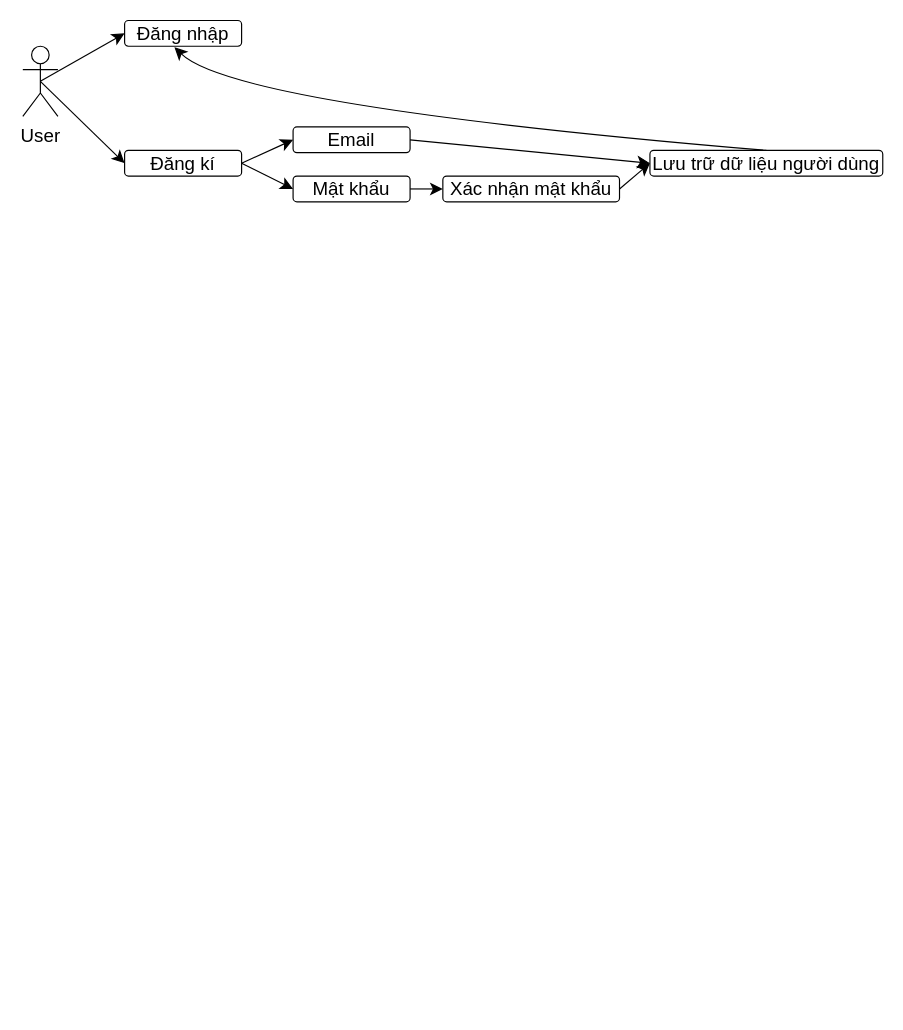
The draw.io diagram Untitled Diagram.drawio in DucTri1611/Android, before the edit. Source tidied: cells renumbered, new cells numbered last; positions are measured from the earlier drawing's top-left corner, leaving out a move shared by most shapes. Both pictures are drawn from the tidied source at 117%, with x=0, y=0 at pixel (22, 20).
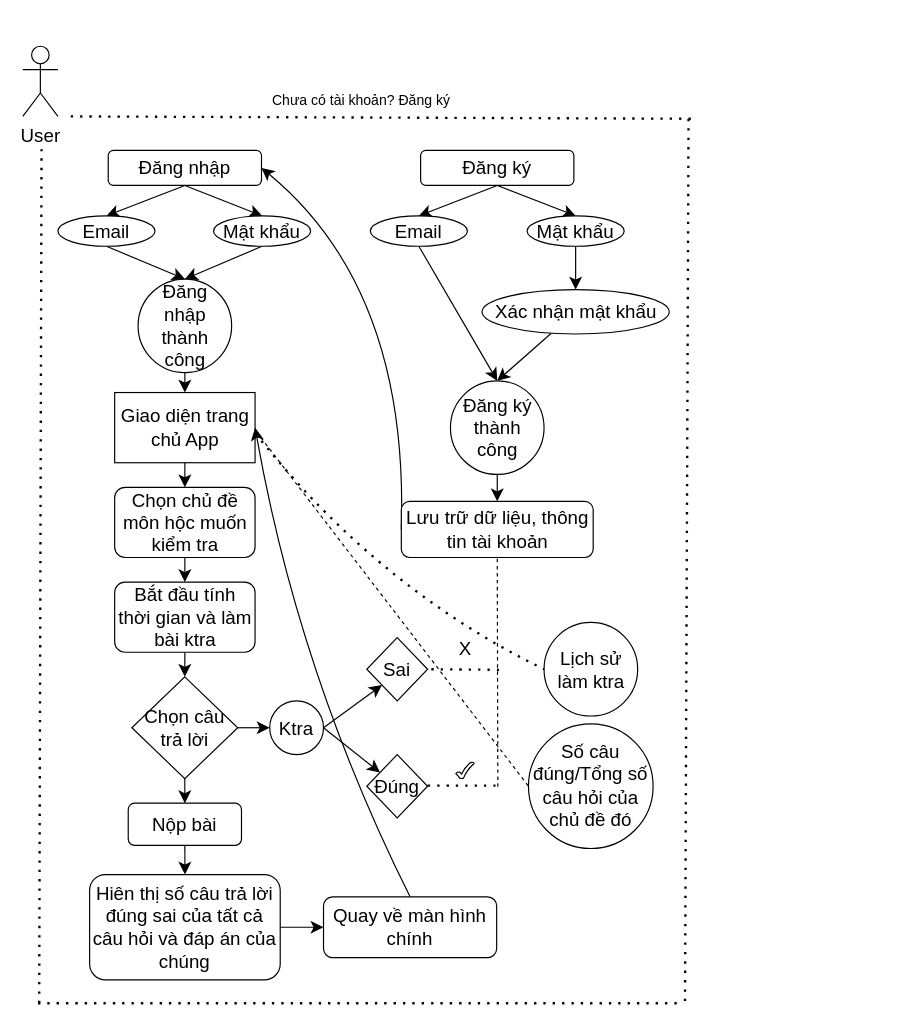
After the change.

The edit, as a diff of the source:
```diff
@@
+    <mxCell id="5" value="User&lt;br&gt;" style="shape=umlActor;verticalLabelPosition=bottom;verticalAlign=top;html=1;outlineConnect=0;fontSize=16;" parent="1" vertex="1">
+      <mxGeometry y="22" width="30" height="60" as="geometry" />
+    </mxCell>
+    <mxCell id="17" style="endArrow=none;dashed=1;html=1;dashPattern=1 3;strokeWidth=2;rounded=0;fontSize=12;startSize=8;endSize=8;curved=1;" parent="1" edge="1">
+      <mxGeometry relative="1" as="geometry">
+        <mxPoint x="41" y="82" as="sourcePoint" />
+        <mxPoint x="574" y="84" as="targetPoint" />
+      </mxGeometry>
+    </mxCell>
+    <mxCell id="18" style="endArrow=none;dashed=1;html=1;dashPattern=1 3;strokeWidth=2;rounded=0;fontSize=12;startSize=8;endSize=8;curved=1;" parent="1" edge="1">
+      <mxGeometry relative="1" as="geometry">
+        <mxPoint x="16" y="110" as="sourcePoint" />
+        <mxPoint x="14" y="844" as="targetPoint" />
+      </mxGeometry>
+    </mxCell>
+    <mxCell id="19" style="edgeStyle=none;curved=1;rounded=0;jettySize=auto;html=1;exitX=0.5;exitY=1;exitDx=0;exitDy=0;entryX=0.5;entryY=0;entryDx=0;entryDy=0;fontSize=12;startSize=8;endSize=8;" parent="1" edge="1" source="2" target="35">
+      <mxGeometry relative="1" as="geometry" />
+    </mxCell>
+    <mxCell id="20" style="edgeStyle=none;curved=1;rounded=0;jettySize=auto;html=1;exitX=0.5;exitY=1;exitDx=0;exitDy=0;entryX=0.5;entryY=0;entryDx=0;entryDy=0;fontSize=12;startSize=8;endSize=8;" parent="1" edge="1" source="2" target="37">
+      <mxGeometry relative="1" as="geometry" />
+    </mxCell>
-    <mxCell id="2" value="Đăng nhập" style="rounded=1;whiteSpace=wrap;html=1;fontSize=16;gradientColor=default;fillColor=none;" parent="1" vertex="1">
-      <mxGeometry x="87" width="100" height="22" as="geometry" />
+    <mxCell id="2" value="Đăng nhập" style="rounded=1;whiteSpace=wrap;html=1;fontSize=16;" parent="1" vertex="1">
+      <mxGeometry x="73" y="111" width="131" height="30" as="geometry" />
     </mxCell>
-    <mxCell id="3" style="edgeStyle=none;curved=1;rounded=0;jettySize=auto;html=1;exitX=0.5;exitY=0.5;exitDx=0;exitDy=0;exitPerimeter=0;entryX=0;entryY=0.5;entryDx=0;entryDy=0;fontSize=12;startSize=8;endSize=8;" parent="1" edge="1" source="5" target="2">
-      <mxGeometry relative="1" as="geometry" />
-    </mxCell>
-    <mxCell id="4" style="edgeStyle=none;curved=1;rounded=0;jettySize=auto;html=1;exitX=0.5;exitY=0.5;exitDx=0;exitDy=0;exitPerimeter=0;entryX=0;entryY=0.5;entryDx=0;entryDy=0;fontSize=12;startSize=8;endSize=8;" parent="1" edge="1" source="5" target="8">
-      <mxGeometry relative="1" as="geometry" />
-    </mxCell>
-    <mxCell id="5" value="User&lt;br&gt;" style="shape=umlActor;verticalLabelPosition=bottom;verticalAlign=top;html=1;outlineConnect=0;fontSize=16;" parent="1" vertex="1">
-      <mxGeometry y="22" width="30" height="60" as="geometry" />
-    </mxCell>
-    <mxCell id="6" style="edgeStyle=none;curved=1;rounded=0;jettySize=auto;html=1;exitX=1;exitY=0.5;exitDx=0;exitDy=0;entryX=0;entryY=0.5;entryDx=0;entryDy=0;fontSize=12;startSize=8;endSize=8;" parent="1" edge="1" source="8" target="10">
-      <mxGeometry relative="1" as="geometry" />
-    </mxCell>
-    <mxCell id="7" style="edgeStyle=none;curved=1;rounded=0;jettySize=auto;html=1;exitX=1;exitY=0.5;exitDx=0;exitDy=0;entryX=0;entryY=0.5;entryDx=0;entryDy=0;fontSize=12;startSize=8;endSize=8;" parent="1" edge="1" source="8" target="12">
-      <mxGeometry relative="1" as="geometry" />
-    </mxCell>
-    <mxCell id="8" value="Đăng kí" style="rounded=1;whiteSpace=wrap;html=1;fontSize=16;gradientColor=default;fillColor=none;" parent="1" vertex="1">
-      <mxGeometry x="87" y="111" width="100" height="22" as="geometry" />
-    </mxCell>
-    <mxCell id="9" style="edgeStyle=none;curved=1;rounded=0;jettySize=auto;html=1;exitX=1;exitY=0.5;exitDx=0;exitDy=0;entryX=0;entryY=0.5;entryDx=0;entryDy=0;fontSize=12;startSize=8;endSize=8;" parent="1" edge="1" source="10" target="15">
-      <mxGeometry relative="1" as="geometry" />
-    </mxCell>
-    <mxCell id="10" value="Email" style="rounded=1;whiteSpace=wrap;html=1;fontSize=16;gradientColor=default;fillColor=none;" parent="1" vertex="1">
-      <mxGeometry x="231" y="91" width="100" height="22" as="geometry" />
-    </mxCell>
-    <mxCell id="11" style="edgeStyle=none;curved=1;rounded=0;jettySize=auto;html=1;exitX=1;exitY=0.5;exitDx=0;exitDy=0;entryX=0;entryY=0.5;entryDx=0;entryDy=0;fontSize=12;startSize=8;endSize=8;" parent="1" edge="1" source="12" target="14">
-      <mxGeometry relative="1" as="geometry" />
-    </mxCell>
-    <mxCell id="12" value="Mật khẩu" style="rounded=1;whiteSpace=wrap;html=1;fontSize=16;gradientColor=default;fillColor=none;" parent="1" vertex="1">
-      <mxGeometry x="231" y="133" width="100" height="22" as="geometry" />
-    </mxCell>
-    <mxCell id="13" style="edgeStyle=none;curved=1;rounded=0;jettySize=auto;html=1;exitX=1;exitY=0.5;exitDx=0;exitDy=0;entryX=0;entryY=0.5;entryDx=0;entryDy=0;fontSize=12;startSize=8;endSize=8;" parent="1" edge="1" source="14" target="15">
-      <mxGeometry relative="1" as="geometry" />
-    </mxCell>
+    <mxCell id="21" value="&lt;font style=&quot;font-size: 12px;&quot;&gt;Chưa có tài khoản? Đăng ký&lt;/font&gt;" style="text;html=1;align=center;verticalAlign=middle;strokeColor=none;fillColor=none;fontSize=16;" parent="1" vertex="1">
+      <mxGeometry x="204" y="51" width="170" height="31" as="geometry" />
+    </mxCell>
+    <mxCell id="22" style="edgeStyle=none;curved=1;rounded=0;jettySize=auto;html=1;entryX=0.5;entryY=0;entryDx=0;entryDy=0;fontSize=12;startSize=8;endSize=8;exitX=0.5;exitY=1;exitDx=0;exitDy=0;" parent="1" edge="1" source="24" target="26">
+      <mxGeometry relative="1" as="geometry" />
+    </mxCell>
+    <mxCell id="23" style="edgeStyle=none;curved=1;rounded=0;jettySize=auto;html=1;exitX=0.5;exitY=1;exitDx=0;exitDy=0;entryX=0.5;entryY=0;entryDx=0;entryDy=0;fontSize=12;startSize=8;endSize=8;" parent="1" edge="1" source="24" target="28">
+      <mxGeometry relative="1" as="geometry" />
+    </mxCell>
+    <mxCell id="24" value="Đăng ký" style="rounded=1;whiteSpace=wrap;html=1;fontSize=16;" parent="1" vertex="1">
+      <mxGeometry x="340" y="111" width="131" height="30" as="geometry" />
+    </mxCell>
+    <mxCell id="25" style="edgeStyle=none;curved=1;rounded=0;jettySize=auto;html=1;exitX=0.5;exitY=1;exitDx=0;exitDy=0;entryX=0.5;entryY=0;entryDx=0;entryDy=0;fontSize=12;startSize=8;endSize=8;" parent="1" edge="1" source="26" target="31">
+      <mxGeometry relative="1" as="geometry" />
+    </mxCell>
+    <mxCell id="26" value="Email" style="ellipse;whiteSpace=wrap;html=1;fontSize=16;" parent="1" vertex="1">
+      <mxGeometry x="297" y="167" width="83" height="26" as="geometry" />
+    </mxCell>
+    <mxCell id="27" style="edgeStyle=none;curved=1;rounded=0;jettySize=auto;html=1;exitX=0.5;exitY=1;exitDx=0;exitDy=0;entryX=0.5;entryY=0;entryDx=0;entryDy=0;fontSize=12;startSize=8;endSize=8;" parent="1" edge="1" source="28" target="14">
+      <mxGeometry relative="1" as="geometry" />
+    </mxCell>
+    <mxCell id="28" value="Mật khẩu" style="ellipse;whiteSpace=wrap;html=1;fontSize=16;" parent="1" vertex="1">
+      <mxGeometry x="431" y="167" width="83" height="26" as="geometry" />
+    </mxCell>
+    <mxCell id="29" style="edgeStyle=none;curved=1;rounded=0;jettySize=auto;html=1;fontSize=12;startSize=8;endSize=8;entryX=0.5;entryY=0;entryDx=0;entryDy=0;" parent="1" edge="1" source="14" target="31">
+      <mxGeometry relative="1" as="geometry" />
+    </mxCell>
-    <mxCell id="14" value="Xác nhận mật khẩu" style="rounded=1;whiteSpace=wrap;html=1;fontSize=16;gradientColor=default;fillColor=none;" parent="1" vertex="1">
-      <mxGeometry x="359" y="133" width="151" height="22" as="geometry" />
+    <mxCell id="14" value="Xác nhận mật khẩu" style="ellipse;whiteSpace=wrap;html=1;fontSize=16;" parent="1" vertex="1">
+      <mxGeometry x="392.5" y="230" width="160" height="38" as="geometry" />
     </mxCell>
-    <mxCell id="15" value="Lưu trữ dữ liệu người dùng" style="rounded=1;whiteSpace=wrap;html=1;fontSize=16;gradientColor=default;fillColor=none;" parent="1" vertex="1">
-      <mxGeometry x="536" y="111" width="199" height="22" as="geometry" />
-    </mxCell>
-    <mxCell id="16" style="edgeStyle=none;curved=1;rounded=0;jettySize=auto;html=1;exitX=0.5;exitY=0;exitDx=0;exitDy=0;entryX=0.426;entryY=1.041;entryDx=0;entryDy=0;entryPerimeter=0;fontSize=12;startSize=8;endSize=8;" parent="1" edge="1" source="15" target="2">
-      <mxGeometry relative="1" as="geometry">
-        <Array as="points">
-          <mxPoint x="181" y="73" />
-        </Array>
-      </mxGeometry>
-    </mxCell>
+    <mxCell id="30" style="edgeStyle=none;curved=1;rounded=0;jettySize=auto;html=1;exitX=0.5;exitY=1;exitDx=0;exitDy=0;entryX=0.5;entryY=0;entryDx=0;entryDy=0;fontSize=12;startSize=8;endSize=8;" parent="1" edge="1" source="31" target="33">
+      <mxGeometry relative="1" as="geometry" />
+    </mxCell>
+    <mxCell id="31" value="Đăng ký thành công" style="ellipse;whiteSpace=wrap;html=1;fontSize=16;" parent="1" vertex="1">
+      <mxGeometry x="365.5" y="308" width="80" height="80" as="geometry" />
+    </mxCell>
+    <mxCell id="32" style="edgeStyle=none;curved=1;rounded=0;jettySize=auto;html=1;exitX=0;exitY=0.5;exitDx=0;exitDy=0;entryX=1;entryY=0.5;entryDx=0;entryDy=0;fontSize=12;startSize=8;endSize=8;" parent="1" edge="1" source="33" target="2">
+      <mxGeometry relative="1" as="geometry">
+        <Array as="points">
+          <mxPoint x="330" y="230" />
+        </Array>
+      </mxGeometry>
+    </mxCell>
+    <mxCell id="33" value="Lưu trữ dữ liệu, thông tin tài khoản" style="rounded=1;whiteSpace=wrap;html=1;fontSize=16;" parent="1" vertex="1">
+      <mxGeometry x="323.5" y="411" width="164" height="48" as="geometry" />
+    </mxCell>
+    <mxCell id="34" style="edgeStyle=none;curved=1;rounded=0;jettySize=auto;html=1;exitX=0.5;exitY=1;exitDx=0;exitDy=0;entryX=0.5;entryY=0;entryDx=0;entryDy=0;fontSize=12;startSize=8;endSize=8;" parent="1" edge="1" source="35" target="39">
+      <mxGeometry relative="1" as="geometry" />
+    </mxCell>
+    <mxCell id="35" value="Email" style="ellipse;whiteSpace=wrap;html=1;fontSize=16;" parent="1" vertex="1">
+      <mxGeometry x="30" y="167" width="83" height="26" as="geometry" />
+    </mxCell>
+    <mxCell id="36" style="edgeStyle=none;curved=1;rounded=0;jettySize=auto;html=1;exitX=0.5;exitY=1;exitDx=0;exitDy=0;entryX=0.5;entryY=0;entryDx=0;entryDy=0;fontSize=12;startSize=8;endSize=8;" parent="1" edge="1" source="37" target="39">
+      <mxGeometry relative="1" as="geometry" />
+    </mxCell>
+    <mxCell id="37" value="Mật khẩu" style="ellipse;whiteSpace=wrap;html=1;fontSize=16;" parent="1" vertex="1">
+      <mxGeometry x="163" y="167" width="83" height="26" as="geometry" />
+    </mxCell>
+    <mxCell id="38" style="edgeStyle=none;curved=1;rounded=0;jettySize=auto;html=1;exitX=0.5;exitY=1;exitDx=0;exitDy=0;entryX=0.5;entryY=0;entryDx=0;entryDy=0;fontSize=12;startSize=8;endSize=8;" parent="1" edge="1" source="39" target="41">
+      <mxGeometry relative="1" as="geometry" />
+    </mxCell>
+    <mxCell id="39" value="Đăng nhập thành công" style="ellipse;whiteSpace=wrap;html=1;fontSize=16;" parent="1" vertex="1">
+      <mxGeometry x="98.5" y="221" width="80" height="80" as="geometry" />
+    </mxCell>
+    <mxCell id="40" style="edgeStyle=none;curved=1;rounded=0;jettySize=auto;html=1;exitX=0.5;exitY=1;exitDx=0;exitDy=0;entryX=0.5;entryY=0;entryDx=0;entryDy=0;fontSize=12;startSize=8;endSize=8;" parent="1" edge="1" source="41" target="43">
+      <mxGeometry relative="1" as="geometry" />
+    </mxCell>
+    <mxCell id="41" value="Giao diện trang chủ App" style="rounded=0;whiteSpace=wrap;html=1;fontSize=16;" parent="1" vertex="1">
+      <mxGeometry x="78.5" y="318" width="120" height="60" as="geometry" />
+    </mxCell>
+    <mxCell id="42" style="edgeStyle=none;curved=1;rounded=0;jettySize=auto;html=1;exitX=0.5;exitY=1;exitDx=0;exitDy=0;entryX=0.5;entryY=0;entryDx=0;entryDy=0;fontSize=12;startSize=8;endSize=8;" parent="1" edge="1" source="43" target="45">
+      <mxGeometry relative="1" as="geometry" />
+    </mxCell>
+    <mxCell id="43" value="Chọn chủ đề môn hộc muốn kiểm tra" style="rounded=1;whiteSpace=wrap;html=1;fontSize=16;" parent="1" vertex="1">
+      <mxGeometry x="78.5" y="399" width="120" height="60" as="geometry" />
+    </mxCell>
+    <mxCell id="44" style="edgeStyle=none;curved=1;rounded=0;jettySize=auto;html=1;exitX=0.5;exitY=1;exitDx=0;exitDy=0;entryX=0.5;entryY=0;entryDx=0;entryDy=0;fontSize=12;startSize=8;endSize=8;" parent="1" edge="1" source="45" target="48">
+      <mxGeometry relative="1" as="geometry" />
+    </mxCell>
+    <mxCell id="45" value="Bắt đầu tính thời gian và làm bài ktra" style="rounded=1;whiteSpace=wrap;html=1;fontSize=16;" parent="1" vertex="1">
+      <mxGeometry x="78.5" y="480" width="120" height="60" as="geometry" />
+    </mxCell>
+    <mxCell id="46" style="edgeStyle=none;curved=1;rounded=0;jettySize=auto;html=1;exitX=1;exitY=0.5;exitDx=0;exitDy=0;entryX=0;entryY=0.5;entryDx=0;entryDy=0;fontSize=12;startSize=8;endSize=8;" parent="1" edge="1" source="48" target="51">
+      <mxGeometry relative="1" as="geometry" />
+    </mxCell>
+    <mxCell id="47" style="edgeStyle=none;curved=1;rounded=0;jettySize=auto;html=1;exitX=0.5;exitY=1;exitDx=0;exitDy=0;entryX=0.5;entryY=0;entryDx=0;entryDy=0;fontSize=12;startSize=8;endSize=8;" parent="1" edge="1" source="48" target="60">
+      <mxGeometry relative="1" as="geometry" />
+    </mxCell>
+    <mxCell id="48" value="Chọn câu trả lời" style="rhombus;whiteSpace=wrap;html=1;fontSize=16;" parent="1" vertex="1">
+      <mxGeometry x="93.2" y="561" width="90.5" height="87" as="geometry" />
+    </mxCell>
+    <mxCell id="49" style="edgeStyle=none;curved=1;rounded=0;jettySize=auto;html=1;exitX=1;exitY=0.5;exitDx=0;exitDy=0;entryX=0;entryY=1;entryDx=0;entryDy=0;fontSize=12;startSize=8;endSize=8;" parent="1" edge="1" source="51" target="52">
+      <mxGeometry relative="1" as="geometry" />
+    </mxCell>
+    <mxCell id="50" style="edgeStyle=none;curved=1;rounded=0;jettySize=auto;html=1;exitX=1;exitY=0.5;exitDx=0;exitDy=0;fontSize=12;startSize=8;endSize=8;" parent="1" edge="1" source="51" target="53">
+      <mxGeometry relative="1" as="geometry" />
+    </mxCell>
+    <mxCell id="51" value="Ktra" style="ellipse;whiteSpace=wrap;html=1;fontSize=16;" parent="1" vertex="1">
+      <mxGeometry x="211" y="581.5" width="46" height="46" as="geometry" />
+    </mxCell>
+    <mxCell id="52" value="Sai" style="rhombus;whiteSpace=wrap;html=1;fontSize=16;" parent="1" vertex="1">
+      <mxGeometry x="294" y="527.5" width="52" height="54" as="geometry" />
+    </mxCell>
+    <mxCell id="53" value="Đúng" style="rhombus;whiteSpace=wrap;html=1;fontSize=16;" parent="1" vertex="1">
+      <mxGeometry x="294" y="627.5" width="52" height="54" as="geometry" />
+    </mxCell>
+    <mxCell id="54" style="endArrow=none;dashed=1;html=1;dashPattern=1 3;strokeWidth=2;rounded=0;fontSize=12;startSize=8;endSize=8;curved=1;entryX=1;entryY=0.5;entryDx=0;entryDy=0;" parent="1" edge="1" target="52">
+      <mxGeometry relative="1" as="geometry">
+        <mxPoint x="407" y="555" as="sourcePoint" />
+      </mxGeometry>
+    </mxCell>
+    <mxCell id="55" style="endArrow=none;dashed=1;html=1;dashPattern=1 3;strokeWidth=2;rounded=0;fontSize=12;startSize=8;endSize=8;curved=1;entryX=1;entryY=0.5;entryDx=0;entryDy=0;" parent="1" edge="1">
+      <mxGeometry relative="1" as="geometry">
+        <mxPoint x="404" y="654" as="sourcePoint" />
+        <mxPoint x="346" y="654" as="targetPoint" />
+      </mxGeometry>
+    </mxCell>
+    <mxCell id="56" value="X" style="text;html=1;align=center;verticalAlign=middle;strokeColor=none;fillColor=none;fontSize=16;" parent="1" vertex="1">
+      <mxGeometry x="363.5" y="521" width="29" height="31" as="geometry" />
+    </mxCell>
+    <mxCell id="57" style="verticalLabelPosition=bottom;verticalAlign=top;html=1;shape=mxgraph.basic.tick;fontSize=16;" parent="1" vertex="1">
+      <mxGeometry x="370.2" y="634" width="15.5" height="14" as="geometry" />
+    </mxCell>
+    <mxCell id="58" style="endArrow=none;dashed=1;html=1;rounded=0;fontSize=12;startSize=8;endSize=8;curved=1;entryX=0.5;entryY=1;entryDx=0;entryDy=0;" parent="1" edge="1" target="33">
+      <mxGeometry relative="1" as="geometry">
+        <mxPoint x="406" y="655" as="sourcePoint" />
+      </mxGeometry>
+    </mxCell>
+    <mxCell id="59" style="edgeStyle=none;curved=1;rounded=0;jettySize=auto;html=1;exitX=0.5;exitY=1;exitDx=0;exitDy=0;entryX=0.5;entryY=0;entryDx=0;entryDy=0;fontSize=12;startSize=8;endSize=8;" parent="1" edge="1" source="60" target="62">
+      <mxGeometry relative="1" as="geometry" />
+    </mxCell>
+    <mxCell id="60" value="Nộp bài" style="rounded=1;whiteSpace=wrap;html=1;fontSize=16;" parent="1" vertex="1">
+      <mxGeometry x="90.1" y="669" width="96.8" height="36" as="geometry" />
+    </mxCell>
+    <mxCell id="61" style="edgeStyle=none;curved=1;rounded=0;jettySize=auto;html=1;exitX=1;exitY=0.5;exitDx=0;exitDy=0;entryX=0;entryY=0.5;entryDx=0;entryDy=0;fontSize=12;startSize=8;endSize=8;" parent="1" edge="1" source="62" target="64">
+      <mxGeometry relative="1" as="geometry" />
+    </mxCell>
+    <mxCell id="62" value="&lt;div style=&quot;&quot;&gt;&lt;span style=&quot;background-color: initial;&quot;&gt;Hiên thị số câu trả lời đúng sai của tất cả câu hỏi và đáp án của chúng&lt;/span&gt;&lt;/div&gt;" style="rounded=1;whiteSpace=wrap;html=1;fontSize=16;align=center;" parent="1" vertex="1">
+      <mxGeometry x="57.1" y="730" width="162.9" height="90" as="geometry" />
+    </mxCell>
+    <mxCell id="63" style="edgeStyle=none;curved=1;rounded=0;jettySize=auto;html=1;exitX=0.5;exitY=0;exitDx=0;exitDy=0;entryX=1;entryY=0.5;entryDx=0;entryDy=0;fontSize=12;startSize=8;endSize=8;" parent="1" edge="1" source="64" target="41">
+      <mxGeometry relative="1" as="geometry">
+        <Array as="points">
+          <mxPoint x="236" y="559" />
+        </Array>
+      </mxGeometry>
+    </mxCell>
+    <mxCell id="64" value="&lt;div style=&quot;&quot;&gt;&lt;span style=&quot;background-color: initial;&quot;&gt;Quay về màn hình chính&lt;/span&gt;&lt;/div&gt;" style="rounded=1;whiteSpace=wrap;html=1;fontSize=16;align=center;" parent="1" vertex="1">
+      <mxGeometry x="257" y="749" width="148" height="52" as="geometry" />
+    </mxCell>
+    <mxCell id="65" value="Lịch sử làm ktra" style="ellipse;whiteSpace=wrap;html=1;fontSize=16;" parent="1" vertex="1">
+      <mxGeometry x="445.5" y="514.5" width="80" height="80" as="geometry" />
+    </mxCell>
+    <mxCell id="66" value="Số câu đúng/Tổng số câu hỏi của chủ đề đó" style="ellipse;whiteSpace=wrap;html=1;fontSize=16;" parent="1" vertex="1">
+      <mxGeometry x="432.2" y="601.2" width="106.5" height="106.5" as="geometry" />
+    </mxCell>
+    <mxCell id="67" style="endArrow=none;dashed=1;html=1;dashPattern=1 3;strokeWidth=2;rounded=0;fontSize=12;startSize=8;endSize=8;curved=1;entryX=0;entryY=0.5;entryDx=0;entryDy=0;" parent="1" edge="1" target="65">
+      <mxGeometry relative="1" as="geometry">
+        <mxPoint x="199" y="353" as="sourcePoint" />
+        <Array as="points">
+          <mxPoint x="303" y="485" />
+        </Array>
+      </mxGeometry>
+    </mxCell>
+    <mxCell id="68" style="endArrow=none;dashed=1;html=1;rounded=0;fontSize=12;startSize=8;endSize=8;curved=1;entryX=0;entryY=0.5;entryDx=0;entryDy=0;" parent="1" edge="1" target="66">
+      <mxGeometry relative="1" as="geometry">
+        <mxPoint x="200" y="352" as="sourcePoint" />
+      </mxGeometry>
+    </mxCell>
+    <mxCell id="69" style="endArrow=none;dashed=1;html=1;dashPattern=1 3;strokeWidth=2;rounded=0;fontSize=12;startSize=8;endSize=8;curved=1;" parent="1" edge="1">
+      <mxGeometry relative="1" as="geometry">
+        <mxPoint x="566" y="838" as="sourcePoint" />
+        <mxPoint x="569" y="83" as="targetPoint" />
+      </mxGeometry>
+    </mxCell>
+    <mxCell id="70" style="endArrow=none;dashed=1;html=1;dashPattern=1 3;strokeWidth=2;rounded=0;fontSize=12;startSize=8;endSize=8;curved=1;" parent="1" edge="1">
+      <mxGeometry relative="1" as="geometry">
+        <mxPoint x="13" y="840" as="sourcePoint" />
+        <mxPoint x="565" y="840" as="targetPoint" />
+      </mxGeometry>
+    </mxCell>
```
